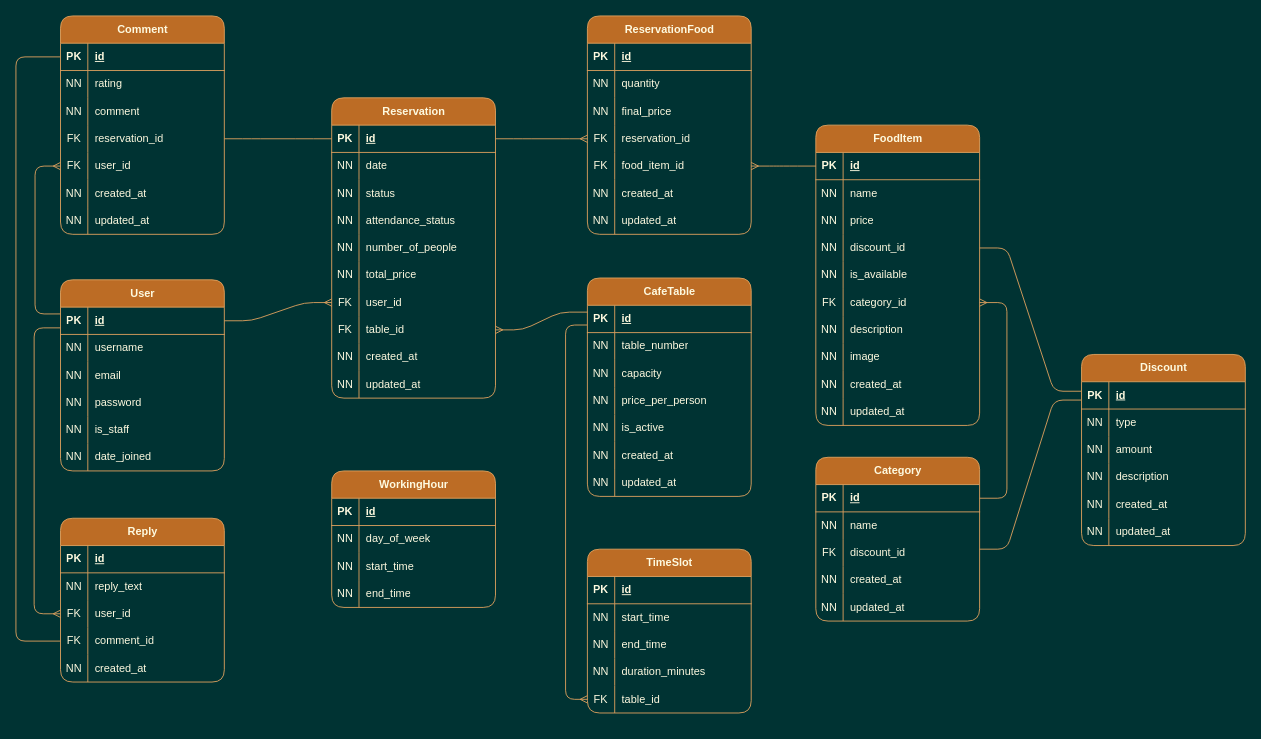
Before: ERD.drawio in SobhanFatemi/online-cafe-reservation-system, a draw.io diagram. Source tidied: cells renumbered, new cells numbered last; positions are measured from the earlier drawing's top-left corner, leaving out a move shared by most shapes. Both pictures are drawn from the tidied source at 91%, with x=0, y=0 at pixel (15, 15).
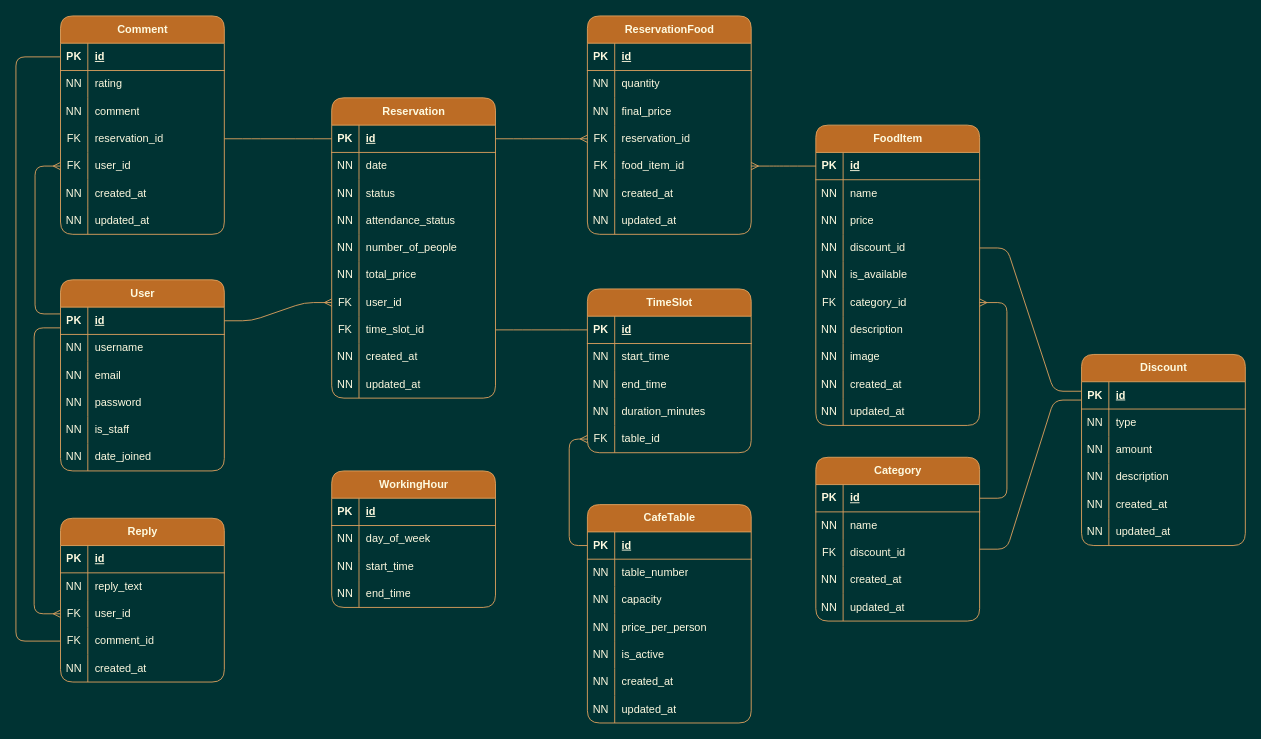
The same diagram, later.

Unchanged cells that the change refers to:
```xml
<mxCell id="22" style="shape=tableRow;horizontal=0;startSize=0;swimlaneHead=0;swimlaneBody=0;fillColor=none;points=[[0,0.5],[1,0.5]];portConstraint=eastwest;top=0;left=0;right=0;bottom=1;labelBackgroundColor=none;strokeColor=#DDA15E;fontColor=#FEFAE0;rounded=1;" parent="21" vertex="1">
  <mxGeometry y="30" width="180" height="30" as="geometry" />
</mxCell>
<mxCell id="57" style="shape=tableRow;horizontal=0;startSize=0;swimlaneHead=0;swimlaneBody=0;fillColor=none;points=[[0,0.5],[1,0.5]];portConstraint=eastwest;top=0;left=0;right=0;bottom=1;labelBackgroundColor=none;strokeColor=#DDA15E;fontColor=#FEFAE0;rounded=1;" parent="56" vertex="1">
  <mxGeometry y="30" width="180" height="30" as="geometry" />
</mxCell>
<mxCell id="69" style="shape=tableRow;horizontal=0;startSize=0;swimlaneHead=0;swimlaneBody=0;fillColor=none;points=[[0,0.5],[1,0.5]];portConstraint=eastwest;top=0;left=0;right=0;bottom=0;labelBackgroundColor=none;strokeColor=#DDA15E;fontColor=#FEFAE0;rounded=1;" parent="56" vertex="1">
  <mxGeometry y="150" width="180" height="30" as="geometry" />
</mxCell>
<mxCell id="141" style="shape=tableRow;horizontal=0;startSize=0;swimlaneHead=0;swimlaneBody=0;fillColor=none;points=[[0,0.5],[1,0.5]];portConstraint=eastwest;top=0;left=0;right=0;bottom=0;labelBackgroundColor=none;strokeColor=#DDA15E;fontColor=#FEFAE0;rounded=1;" parent="119" vertex="1">
  <mxGeometry y="240" width="180" height="30" as="geometry" />
</mxCell>
<mxCell id="220" style="shape=tableRow;horizontal=0;startSize=0;swimlaneHead=0;swimlaneBody=0;fillColor=none;points=[[0,0.5],[1,0.5]];portConstraint=eastwest;top=0;left=0;right=0;bottom=1;labelBackgroundColor=none;strokeColor=#DDA15E;fontColor=#FEFAE0;rounded=1;" parent="219" vertex="1">
  <mxGeometry y="30" width="180" height="30" as="geometry" />
</mxCell>
```

Change to the diagram source:
```diff
@@
     <mxCell id="21" value="CafeTable" style="shape=table;startSize=30;childLayout=tableLayout;rowLines=0;fontStyle=1;align=center;html=1;fillColor=#BC6C25;fontColor=#FEFAE0;strokeColor=#DDA15E;labelBackgroundColor=none;rounded=1;" parent="1" vertex="1">
-      <mxGeometry x="628" y="288" width="180" height="240" as="geometry" />
+      <mxGeometry x="628" y="537" width="180" height="240" as="geometry" />
     </mxCell>
@@
     <mxCell id="56" value="TimeSlot" style="shape=table;startSize=30;childLayout=tableLayout;rowLines=0;fontStyle=1;align=center;html=1;fillColor=#BC6C25;fontColor=#FEFAE0;strokeColor=#DDA15E;labelBackgroundColor=none;rounded=1;" parent="1" vertex="1">
-      <mxGeometry x="628" y="586" width="180" height="180" as="geometry" />
+      <mxGeometry x="628" y="300" width="180" height="180" as="geometry" />
     </mxCell>
@@
-    <mxCell id="143" value="table_id" style="shape=partialRectangle;fillColor=none;top=0;left=0;bottom=0;right=0;align=left;spacingLeft=6;overflow=hidden;whiteSpace=wrap;html=1;labelBackgroundColor=none;strokeColor=#DDA15E;fontColor=#FEFAE0;rounded=1;" parent="141" vertex="1">
+    <mxCell id="143" value="time_slot_id" style="shape=partialRectangle;fillColor=none;top=0;left=0;bottom=0;right=0;align=left;spacingLeft=6;overflow=hidden;whiteSpace=wrap;html=1;labelBackgroundColor=none;strokeColor=#DDA15E;fontColor=#FEFAE0;rounded=1;" parent="141" vertex="1">
       <mxGeometry x="30" width="150" height="30" as="geometry" />
     </mxCell>
@@
-    <mxCell id="211" style="edgeStyle=entityRelationEdgeStyle;fontSize=12;html=1;endArrow=ERmany;rounded=1;strokeColor=#DDA15E;fontColor=default;fillColor=#BC6C25;exitX=0.001;exitY=0.25;exitDx=0;exitDy=0;entryX=1;entryY=0.5;entryDx=0;entryDy=0;curved=0;labelBackgroundColor=none;exitPerimeter=0;" parent="1" edge="1" source="22" target="141">
+    <mxCell id="211" style="edgeStyle=entityRelationEdgeStyle;fontSize=12;html=1;endArrow=none;rounded=1;strokeColor=#DDA15E;fontColor=default;fillColor=#BC6C25;exitX=1;exitY=0.5;exitDx=0;exitDy=0;entryX=0;entryY=0.5;entryDx=0;entryDy=0;curved=0;labelBackgroundColor=none;startArrow=none;startFill=0;endFill=0;" parent="1" edge="1" source="141" target="57">
       <mxGeometry relative="1" as="geometry" />
     </mxCell>
@@
-    <mxCell id="238" style="edgeStyle=entityRelationEdgeStyle;fontSize=12;html=1;endArrow=none;rounded=1;strokeColor=#DDA15E;fontColor=#FEFAE0;fillColor=#BC6C25;entryX=-0.002;entryY=0.671;entryDx=0;entryDy=0;endFill=0;entryPerimeter=0;" parent="1" edge="1" target="220">
+    <mxCell id="238" style="edgeStyle=entityRelationEdgeStyle;fontSize=12;html=1;endArrow=none;rounded=1;strokeColor=#DDA15E;fontColor=default;fillColor=#BC6C25;entryX=-0.002;entryY=0.671;entryDx=0;entryDy=0;endFill=0;entryPerimeter=0;labelBackgroundColor=none;" parent="1" edge="1" target="220">
       <mxGeometry relative="1" as="geometry">
         <mxPoint x="1059" y="586" as="sourcePoint" />
       </mxGeometry>
     </mxCell>
-    <mxCell id="239" style="edgeStyle=entityRelationEdgeStyle;fontSize=12;html=1;endArrow=none;rounded=1;strokeColor=#DDA15E;fontColor=#FEFAE0;fillColor=#BC6C25;entryX=-0.002;entryY=0.348;entryDx=0;entryDy=0;entryPerimeter=0;endFill=0;" parent="1" edge="1" target="220">
+    <mxCell id="239" style="edgeStyle=entityRelationEdgeStyle;fontSize=12;html=1;endArrow=none;rounded=1;strokeColor=#DDA15E;fontColor=default;fillColor=#BC6C25;entryX=-0.002;entryY=0.348;entryDx=0;entryDy=0;entryPerimeter=0;endFill=0;labelBackgroundColor=none;" parent="1" edge="1" target="220">
       <mxGeometry relative="1" as="geometry">
         <mxPoint x="1059" y="255" as="sourcePoint" />
       </mxGeometry>
     </mxCell>
-    <mxCell id="240" style="edgeStyle=orthogonalEdgeStyle;fontSize=12;html=1;endArrow=none;rounded=1;strokeColor=#DDA15E;fontColor=#FEFAE0;fillColor=#BC6C25;exitX=0;exitY=0.5;exitDx=0;exitDy=0;entryX=-0.002;entryY=0.722;entryDx=0;entryDy=0;entryPerimeter=0;startArrow=ERmany;startFill=1;endFill=0;" parent="1" edge="1" source="69" target="22">
-      <mxGeometry relative="1" as="geometry">
-        <Array as="points">
-          <mxPoint x="604" y="751" />
-          <mxPoint x="604" y="340" />
-        </Array>
-      </mxGeometry>
-    </mxCell>
+    <mxCell id="241" style="edgeStyle=orthogonalEdgeStyle;fontSize=12;html=1;endArrow=ERmany;rounded=1;entryX=0;entryY=0.5;entryDx=0;entryDy=0;exitX=0;exitY=0.5;exitDx=0;exitDy=0;labelBackgroundColor=none;strokeColor=#DDA15E;fontColor=default;" parent="1" edge="1" source="22" target="69">
+      <mxGeometry relative="1" as="geometry">
+        <Array as="points">
+          <mxPoint x="608" y="582" />
+          <mxPoint x="608" y="465" />
+        </Array>
+      </mxGeometry>
+    </mxCell>
```
